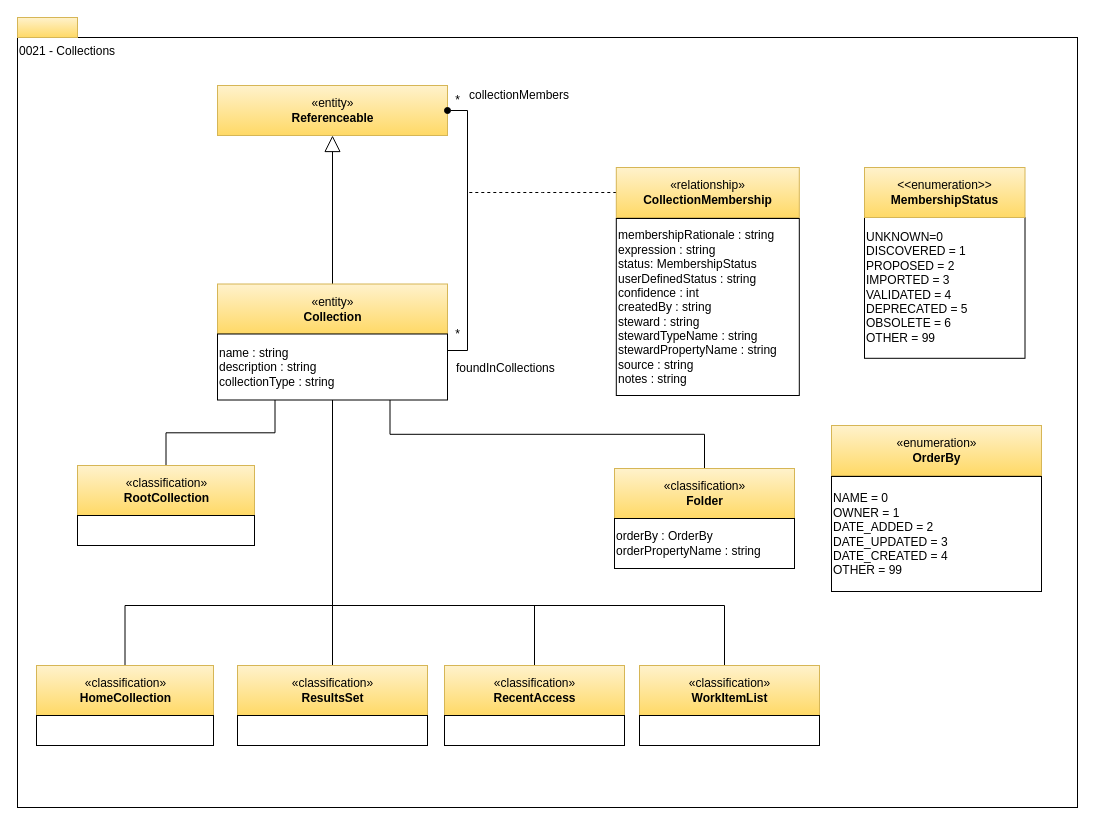
Earlier version of the draw.io diagram page "0021-Collections" (12 of 29) of site/docs/types/0/area-0-basic-types-and-infrastructure.drawio (odpi/egeria-docs). Source tidied: cells renumbered, new cells numbered last; positions are measured from the earlier drawing's top-left corner, leaving out a move shared by most shapes. Both pictures are drawn from the tidied source at 100%, with x=0, y=0 at pixel (17, 17).
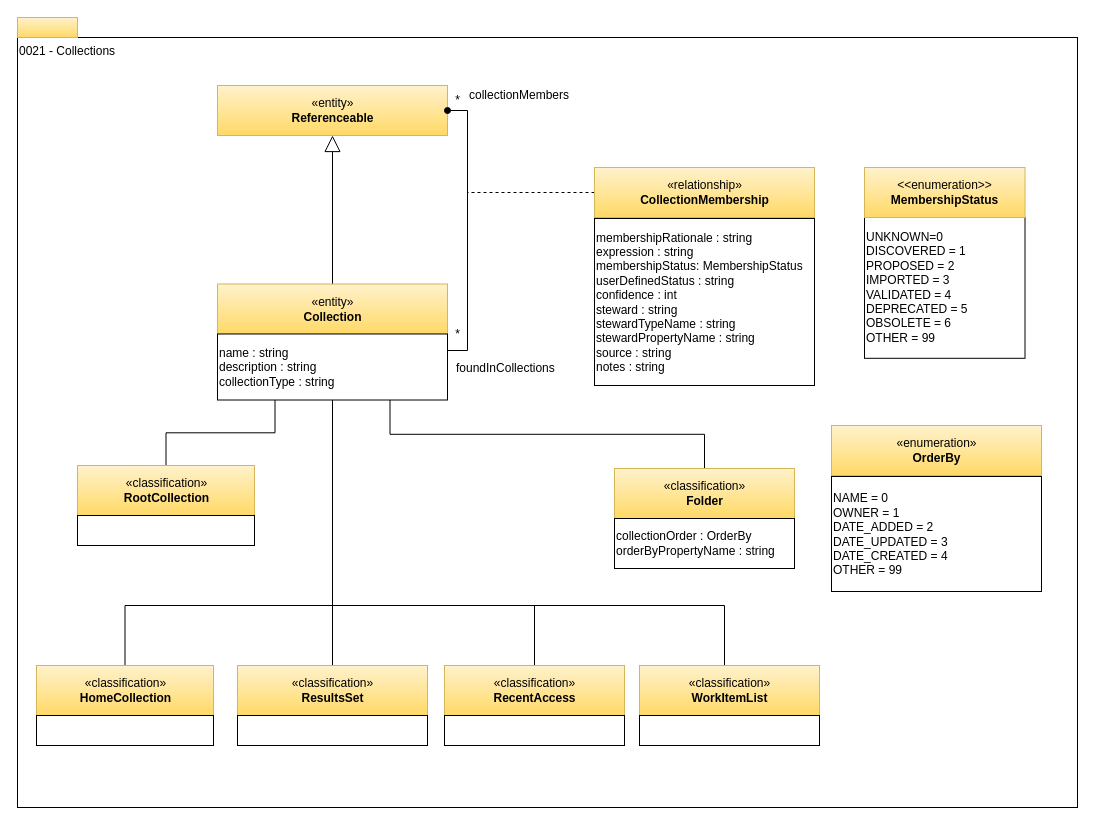
The same page after the edit.

Diff of the diagram source:
```diff
@@
     <mxCell id="14" value="«relationship»&lt;br&gt;&lt;b&gt;CollectionMembership&lt;/b&gt;" style="html=1;strokeColor=#d6b656;align=center;fillColor=#fff2cc;gradientColor=#ffd966;" parent="1" vertex="1">
-      <mxGeometry x="598.8" y="150" width="183" height="50" as="geometry" />
+      <mxGeometry x="577" y="150" width="220" height="50" as="geometry" />
     </mxCell>
@@
-    <mxCell id="18" value="membershipRationale : string&lt;br&gt;expression : string&lt;br&gt;status: MembershipStatus&lt;br&gt;userDefinedStatus : string&lt;br&gt;confidence : int&lt;br&gt;createdBy : string&lt;br&gt;steward : string&lt;br&gt;stewardTypeName : string&lt;br&gt;stewardPropertyName : string&lt;br&gt;source : string&lt;br&gt;notes : string" style="rounded=0;whiteSpace=wrap;html=1;strokeColor=#000000;gradientColor=#ffffff;align=left;" parent="1" vertex="1">
-      <mxGeometry x="598.8" y="201" width="183" height="177" as="geometry" />
+    <mxCell id="18" value="membershipRationale : string&lt;br&gt;expression : string&lt;br&gt;membershipStatus: MembershipStatus&lt;br&gt;userDefinedStatus : string&lt;br&gt;confidence : int&lt;br&gt;steward : string&lt;br&gt;stewardTypeName : string&lt;br&gt;stewardPropertyName : string&lt;br&gt;source : string&lt;br&gt;notes : string" style="rounded=0;whiteSpace=wrap;html=1;strokeColor=#000000;gradientColor=#ffffff;align=left;" parent="1" vertex="1">
+      <mxGeometry x="577" y="201" width="220" height="167" as="geometry" />
     </mxCell>
@@
-    <mxCell id="24" value="orderBy : OrderBy&lt;br&gt;orderPropertyName : string&lt;br&gt;" style="rounded=0;whiteSpace=wrap;html=1;align=left;" parent="1" vertex="1">
+    <mxCell id="24" value="collectionOrder : OrderBy&lt;br&gt;orderByPropertyName : string" style="rounded=0;whiteSpace=wrap;html=1;align=left;" parent="1" vertex="1">
       <mxGeometry x="597" y="501" width="180" height="50" as="geometry" />
     </mxCell>
```
